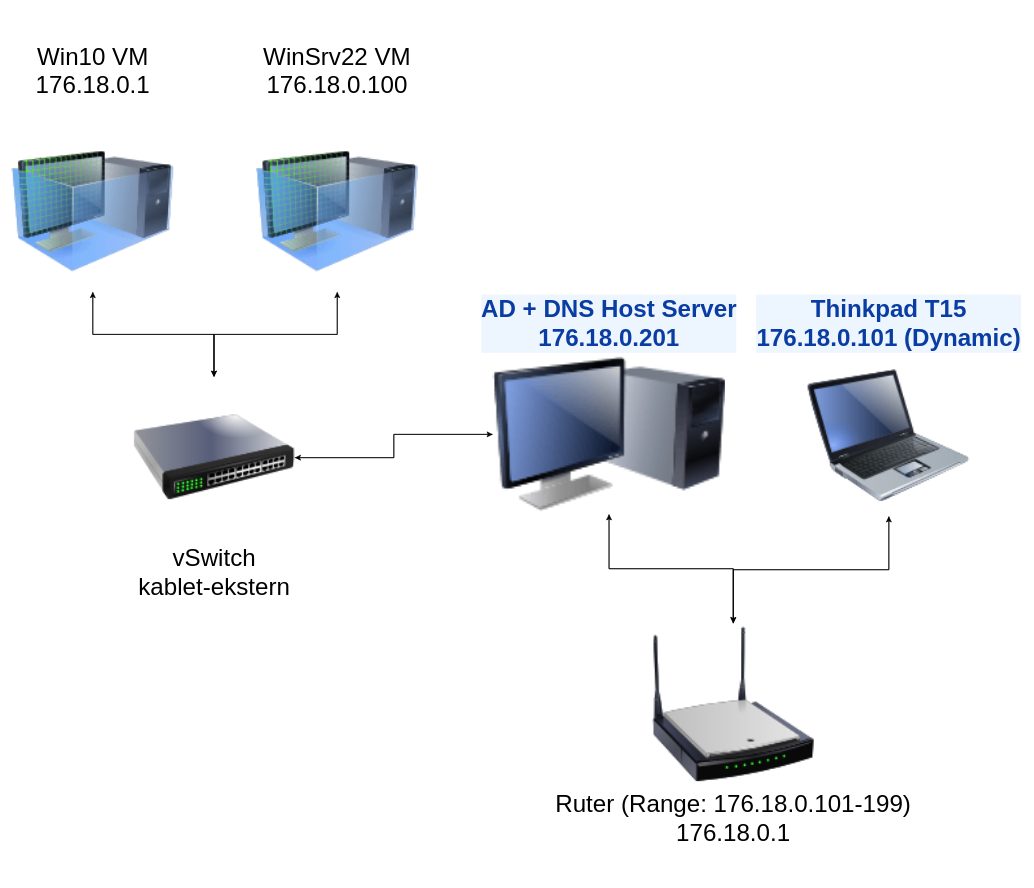
Earlier version of the draw.io diagram nettverkskart.drawio (sivertmh/sysadm_fordypning). Source tidied: cells renumbered, new cells numbered last; positions are measured from the earlier drawing's top-left corner, leaving out a move shared by most shapes. Both pictures are drawn from the tidied source at 71%, with x=0, y=0 at pixel (11, 130).
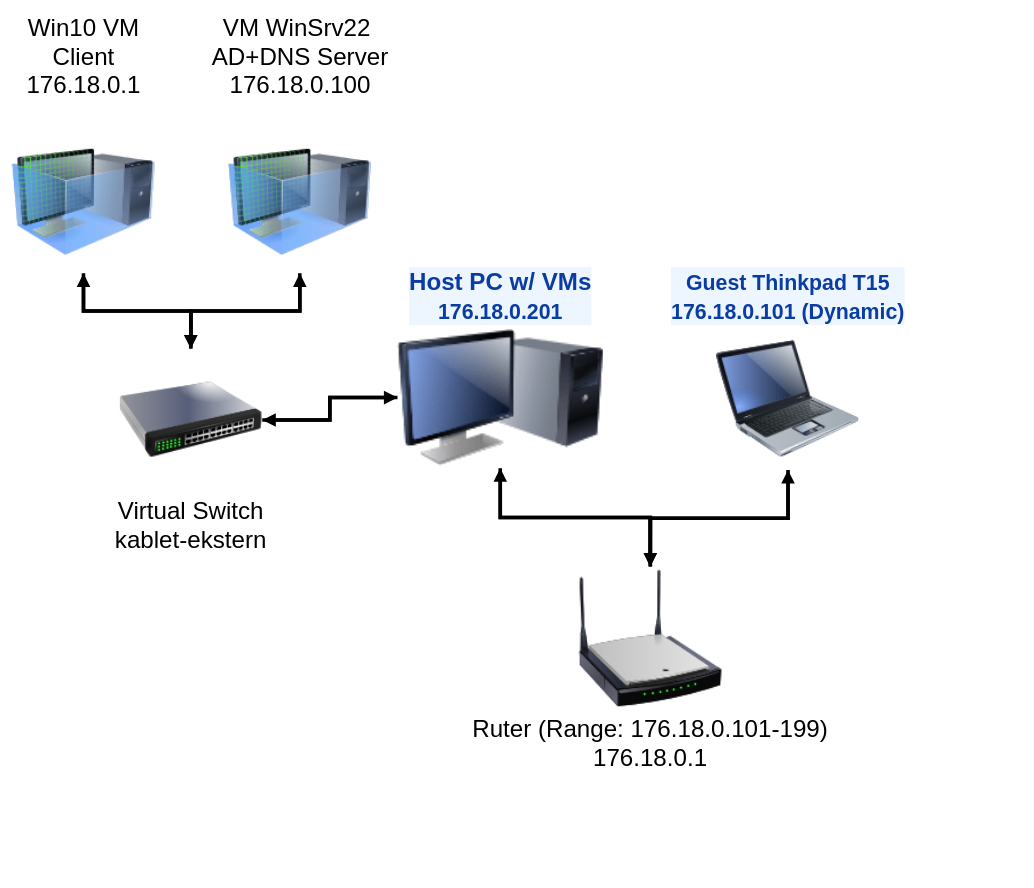
Above is the later version.

What changed in the source:
```diff
@@
 <mxGraphModel>
   <root>
     <mxCell id="0" />
     <mxCell id="1" parent="0" />
     <mxCell id="2" style="group;fontSize=34;" parent="1" vertex="1">
-      <mxGeometry x="0.3" width="1348.8" height="922" as="geometry" />
+      <mxGeometry x="0.3" width="1193.8" height="816" as="geometry" />
     </mxCell>
+    <mxCell id="4" style="edgeStyle=orthogonalEdgeStyle;shape=connector;rounded=0;jumpStyle=none;jettySize=auto;html=1;exitX=0.5;exitY=0;exitDx=0;exitDy=0;entryX=0.5;entryY=1;entryDx=0;entryDy=0;shadow=0;strokeColor=default;strokeWidth=5;align=center;verticalAlign=middle;fontFamily=Helvetica;fontSize=34;fontColor=default;labelBackgroundColor=default;elbow=vertical;endArrow=block;endFill=1;sourcePerimeterSpacing=0;" parent="2" edge="1" source="5" target="8">
+      <mxGeometry relative="1" as="geometry" />
+    </mxCell>
-    <mxCell id="3" style="edgeStyle=orthogonalEdgeStyle;rounded=0;jettySize=auto;html=1;fontSize=34;" parent="2" edge="1" source="5" target="10">
+    <mxCell id="3" style="edgeStyle=orthogonalEdgeStyle;shape=connector;rounded=0;jumpStyle=none;jettySize=auto;html=1;exitX=0.5;exitY=0;exitDx=0;exitDy=0;shadow=0;strokeColor=default;strokeWidth=5;align=center;verticalAlign=middle;fontFamily=Helvetica;fontSize=34;fontColor=default;labelBackgroundColor=default;elbow=vertical;endArrow=block;endFill=1;sourcePerimeterSpacing=0;" parent="2" edge="1" source="5" target="10">
       <mxGeometry relative="1" as="geometry" />
     </mxCell>
-    <mxCell id="4" style="edgeStyle=orthogonalEdgeStyle;rounded=0;jettySize=auto;html=1;fontSize=34;" parent="2" edge="1" source="5" target="8">
-      <mxGeometry relative="1" as="geometry" />
-    </mxCell>
-    <mxCell id="5" value="&lt;div&gt;Ruter (Range: 176.18.0.101-199)&lt;br&gt;176.18.0.1&lt;/div&gt;&lt;div&gt;&lt;br&gt;&lt;/div&gt;" style="image;html=1;image=img/lib/clip_art/networking/Wireless_Router_N_128x128.png;fontSize=34;" parent="2" vertex="1">
-      <mxGeometry x="902.1" y="694.3" width="227.7" height="227.7" as="geometry" />
+    <mxCell id="5" value="Ruter (Range: 176.18.0.101-199)&lt;br&gt;176.18.0.1" style="image;image=img/lib/clip_art/networking/Wireless_Router_N_128x128.png;fontSize=34;html=1;labelBorderColor=none;" parent="2" vertex="1">
+      <mxGeometry x="798.4" y="614.5" width="201.5" height="201.5" as="geometry" />
     </mxCell>
+    <mxCell id="7" style="edgeStyle=orthogonalEdgeStyle;shape=connector;rounded=0;jumpStyle=none;jettySize=auto;html=1;entryX=0.5;entryY=0;entryDx=0;entryDy=0;shadow=0;strokeColor=default;strokeWidth=5;align=center;verticalAlign=middle;fontFamily=Helvetica;fontSize=34;fontColor=default;labelBackgroundColor=default;elbow=vertical;endArrow=block;endFill=1;sourcePerimeterSpacing=0;" parent="2" edge="1" source="8" target="5">
+      <mxGeometry relative="1" as="geometry" />
+    </mxCell>
-    <mxCell id="6" style="edgeStyle=orthogonalEdgeStyle;rounded=0;jettySize=auto;html=1;fontSize=34;" parent="2" edge="1" source="8" target="18">
+    <mxCell id="6" style="edgeStyle=orthogonalEdgeStyle;shape=connector;rounded=0;jumpStyle=none;jettySize=auto;html=1;shadow=0;strokeColor=default;strokeWidth=5;align=center;verticalAlign=middle;fontFamily=Helvetica;fontSize=34;fontColor=default;labelBackgroundColor=default;elbow=vertical;endArrow=block;endFill=1;sourcePerimeterSpacing=0;" parent="2" edge="1" source="8" target="18">
       <mxGeometry relative="1" as="geometry" />
     </mxCell>
-    <mxCell id="7" style="edgeStyle=orthogonalEdgeStyle;rounded=0;jettySize=auto;html=1;fontSize=34;" parent="2" edge="1" source="8" target="5">
-      <mxGeometry relative="1" as="geometry" />
-    </mxCell>
-    <mxCell id="8" value="&lt;div class=&quot;ewa-rteLine&quot;&gt;AD + DNS Host Server&lt;/div&gt;&lt;div class=&quot;ewa-rteLine&quot;&gt;176.18.0.201&lt;/div&gt;" style="image;html=1;image=img/lib/clip_art/computers/Monitor_Tower_128x128.png;fontFamily=Helvetica;fontSize=34;fontColor=#0A3DA3;align=center;strokeWidth=2;fillColor=#EDF5FF;fontStyle=1;verticalAlign=bottom;strokeColor=none;labelBackgroundColor=#EDF5FF;labelBorderColor=none;labelPosition=center;verticalLabelPosition=top;" parent="2" vertex="1">
-      <mxGeometry x="677.3" y="315.9" width="327.3" height="224.8" as="geometry" />
+    <mxCell id="8" value="&lt;div class=&quot;ewa-rteLine&quot;&gt;Host PC w/ VMs&lt;/div&gt;&lt;div class=&quot;ewa-rteLine&quot;&gt;&lt;font style=&quot;font-size: 30px;&quot;&gt;176.18.0.201&lt;/font&gt;&lt;/div&gt;" style="image;html=1;image=img/lib/clip_art/computers/Monitor_Tower_128x128.png;fontFamily=Helvetica;fontSize=34;fontColor=#0A3DA3;align=center;strokeWidth=2;fillColor=#EDF5FF;fontStyle=1;verticalAlign=bottom;strokeColor=none;labelBackgroundColor=#EDF5FF;labelBorderColor=none;labelPosition=center;verticalLabelPosition=top;" parent="2" vertex="1">
+      <mxGeometry x="543" y="277" width="289.6" height="199" as="geometry" />
     </mxCell>
-    <mxCell id="9" style="edgeStyle=orthogonalEdgeStyle;rounded=0;jettySize=auto;html=1;fontSize=34;" parent="2" edge="1" source="10" target="5">
+    <mxCell id="9" style="edgeStyle=orthogonalEdgeStyle;shape=connector;rounded=0;jettySize=auto;html=1;entryX=0.5;entryY=0;entryDx=0;entryDy=0;strokeColor=default;strokeWidth=5;align=center;verticalAlign=middle;fontFamily=Helvetica;fontSize=34;fontColor=default;labelBackgroundColor=default;endArrow=block;endFill=1;shadow=0;jumpStyle=none;sourcePerimeterSpacing=0;elbow=vertical;" parent="2" edge="1" source="10" target="5">
       <mxGeometry relative="1" as="geometry" />
     </mxCell>
-    <mxCell id="10" value="&lt;div&gt;Thinkpad T15&lt;/div&gt;&lt;div class=&quot;ewa-rteLine&quot;&gt;176.18.0.101 (Dynamic)&lt;/div&gt;" style="image;html=1;image=img/lib/clip_art/computers/Laptop_128x128.png;fontFamily=Helvetica;fontSize=34;fontColor=#0A3DA3;align=center;strokeWidth=2;fillColor=#EDF5FF;fontStyle=1;verticalAlign=bottom;strokeColor=none;labelBackgroundColor=#EDF5FF;labelBorderColor=none;labelPosition=center;verticalLabelPosition=top;" parent="2" vertex="1">
-      <mxGeometry x="1121.2" y="315.9" width="227.7" height="227.7" as="geometry" />
+    <mxCell id="10" value="&lt;div&gt;&lt;font style=&quot;font-size: 30px;&quot;&gt;Guest Thinkpad T15&lt;/font&gt;&lt;/div&gt;&lt;div class=&quot;ewa-rteLine&quot;&gt;&lt;font style=&quot;font-size: 30px;&quot;&gt;176.18.0.101 (Dynamic)&lt;/font&gt;&lt;/div&gt;" style="image;html=1;image=img/lib/clip_art/computers/Laptop_128x128.png;fontFamily=Helvetica;fontSize=34;fontColor=#0A3DA3;align=center;strokeWidth=2;fillColor=#EDF5FF;fontStyle=1;verticalAlign=bottom;strokeColor=none;labelBackgroundColor=#EDF5FF;labelBorderColor=none;labelPosition=center;verticalLabelPosition=top;" parent="2" vertex="1">
+      <mxGeometry x="992.3" y="277" width="201.5" height="201.5" as="geometry" />
     </mxCell>
-    <mxCell id="11" style="edgeStyle=orthogonalEdgeStyle;rounded=0;jettySize=auto;html=1;fontSize=34;" parent="2" edge="1" source="12" target="18">
+    <mxCell id="11" style="edgeStyle=orthogonalEdgeStyle;shape=connector;rounded=0;jumpStyle=none;jettySize=auto;html=1;exitX=0.5;exitY=1;exitDx=0;exitDy=0;shadow=0;strokeColor=default;strokeWidth=5;align=center;verticalAlign=middle;fontFamily=Helvetica;fontSize=34;fontColor=default;labelBackgroundColor=default;elbow=vertical;endArrow=block;endFill=1;sourcePerimeterSpacing=0;" parent="2" edge="1" source="12" target="18">
       <mxGeometry relative="1" as="geometry" />
     </mxCell>
-    <mxCell id="12" value="&lt;div&gt;Win10 VM&lt;/div&gt;&lt;div&gt;&lt;div class=&quot;ewa-rteLine&quot;&gt;176.18.0.1&lt;/div&gt;&lt;br&gt;&lt;/div&gt;" style="image;html=1;image=img/lib/clip_art/computers/Virtual_Machine_128x128.png;labelPosition=center;verticalLabelPosition=top;align=center;verticalAlign=bottom;fontSize=34;" parent="2" vertex="1">
-      <mxGeometry width="227.7" height="227.7" as="geometry" />
+    <mxCell id="12" value="&lt;div&gt;Win10 VM&lt;/div&gt;&lt;div&gt;Client&lt;/div&gt;&lt;div&gt;&lt;div class=&quot;ewa-rteLine&quot;&gt;176.18.0.1&lt;/div&gt;&lt;br&gt;&lt;/div&gt;" style="image;html=1;image=img/lib/clip_art/computers/Virtual_Machine_128x128.png;labelPosition=center;verticalLabelPosition=top;align=center;verticalAlign=bottom;fontSize=34;" parent="2" vertex="1">
+      <mxGeometry width="201.5" height="201.5" as="geometry" />
     </mxCell>
-    <mxCell id="13" style="edgeStyle=orthogonalEdgeStyle;rounded=0;jettySize=auto;html=1;fontSize=34;" parent="2" edge="1" source="14" target="18">
+    <mxCell id="13" style="edgeStyle=orthogonalEdgeStyle;shape=connector;rounded=0;jumpStyle=none;jettySize=auto;html=1;exitX=0.5;exitY=1;exitDx=0;exitDy=0;shadow=0;strokeColor=default;strokeWidth=5;align=center;verticalAlign=middle;fontFamily=Helvetica;fontSize=34;fontColor=default;labelBackgroundColor=default;elbow=vertical;endArrow=block;endFill=1;sourcePerimeterSpacing=0;" parent="2" edge="1" source="14" target="18">
       <mxGeometry relative="1" as="geometry" />
     </mxCell>
-    <mxCell id="14" value="&lt;div&gt;WinSrv22 VM&lt;/div&gt;&lt;div&gt;&lt;div class=&quot;ewa-rteLine&quot;&gt;176.18.0.100&lt;/div&gt;&lt;br&gt;&lt;/div&gt;" style="image;html=1;image=img/lib/clip_art/computers/Virtual_Machine_128x128.png;labelPosition=center;verticalLabelPosition=top;align=center;verticalAlign=bottom;fontSize=34;" parent="2" vertex="1">
-      <mxGeometry x="344.3" width="227.7" height="227.7" as="geometry" />
+    <mxCell id="14" value="&lt;div&gt;VM WinSrv22&amp;nbsp;&lt;/div&gt;&lt;div&gt;AD+DNS Server &lt;br&gt;&lt;/div&gt;&lt;div&gt;&lt;div class=&quot;ewa-rteLine&quot;&gt;176.18.0.100&lt;/div&gt;&lt;br&gt;&lt;/div&gt;" style="image;html=1;image=img/lib/clip_art/computers/Virtual_Machine_128x128.png;labelPosition=center;verticalLabelPosition=top;align=center;verticalAlign=bottom;fontSize=34;" parent="2" vertex="1">
+      <mxGeometry x="304.7" width="201.5" height="201.5" as="geometry" />
     </mxCell>
+    <mxCell id="17" style="edgeStyle=orthogonalEdgeStyle;shape=connector;rounded=0;jumpStyle=none;jettySize=auto;html=1;shadow=0;strokeColor=default;strokeWidth=5;align=center;verticalAlign=middle;fontFamily=Helvetica;fontSize=34;fontColor=default;labelBackgroundColor=default;elbow=vertical;endArrow=block;endFill=1;sourcePerimeterSpacing=0;" parent="2" edge="1" source="18" target="8">
+      <mxGeometry relative="1" as="geometry" />
+    </mxCell>
-    <mxCell id="15" style="edgeStyle=orthogonalEdgeStyle;rounded=0;jettySize=auto;html=1;fontSize=34;" parent="2" edge="1" source="18" target="12">
+    <mxCell id="15" style="edgeStyle=orthogonalEdgeStyle;shape=connector;rounded=0;jumpStyle=none;jettySize=auto;html=1;shadow=0;strokeColor=default;strokeWidth=5;align=center;verticalAlign=middle;fontFamily=Helvetica;fontSize=34;fontColor=default;labelBackgroundColor=default;elbow=vertical;endArrow=block;endFill=1;sourcePerimeterSpacing=0;" parent="2" edge="1" source="18" target="12">
       <mxGeometry relative="1" as="geometry" />
     </mxCell>
-    <mxCell id="16" style="edgeStyle=orthogonalEdgeStyle;rounded=0;jettySize=auto;html=1;fontSize=34;" parent="2" edge="1" source="18" target="14">
+    <mxCell id="16" style="edgeStyle=orthogonalEdgeStyle;shape=connector;rounded=0;jumpStyle=none;jettySize=auto;html=1;exitX=0.5;exitY=0;exitDx=0;exitDy=0;shadow=0;strokeColor=default;strokeWidth=5;align=center;verticalAlign=middle;fontFamily=Helvetica;fontSize=34;fontColor=default;labelBackgroundColor=default;elbow=vertical;endArrow=block;endFill=1;sourcePerimeterSpacing=10;" parent="2" edge="1" source="18" target="14">
       <mxGeometry relative="1" as="geometry" />
     </mxCell>
-    <mxCell id="17" style="edgeStyle=orthogonalEdgeStyle;rounded=0;jettySize=auto;html=1;fontSize=34;" parent="2" edge="1" source="18" target="8">
-      <mxGeometry relative="1" as="geometry" />
-    </mxCell>
-    <mxCell id="18" value="&lt;div&gt;vSwitch&lt;/div&gt;&lt;div&gt;kablet-ekstern&lt;/div&gt;" style="image;html=1;image=img/lib/clip_art/networking/Switch_128x128.png;fontSize=34;" parent="2" vertex="1">
-      <mxGeometry x="170.7" y="347.2" width="227.7" height="227.7" as="geometry" />
+    <mxCell id="18" value="&lt;div&gt;Virtual Switch&lt;/div&gt;&lt;div&gt;kablet-ekstern&lt;/div&gt;" style="image;html=1;image=img/lib/clip_art/networking/Switch_128x128.png;fontSize=34;" parent="2" vertex="1">
+      <mxGeometry x="151.1" y="307.3" width="201.5" height="201.5" as="geometry" />
     </mxCell>
   </root>
 </mxGraphModel>
```
